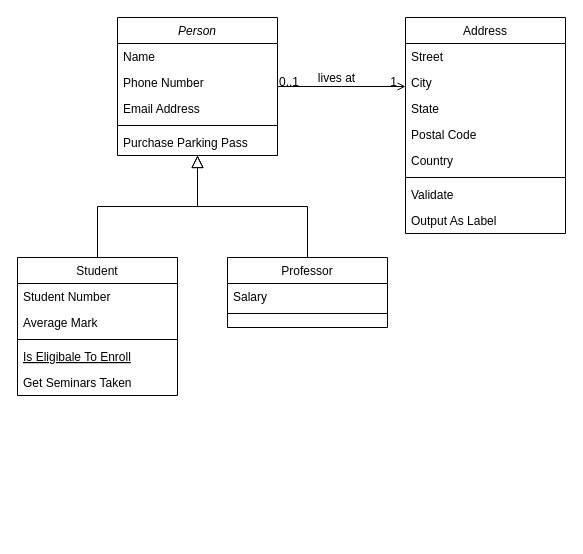
Before: Untitled Diagram.drawio in CJS2248/ProyectoPMA, a draw.io diagram. Source tidied: cells renumbered, new cells numbered last; positions are measured from the earlier drawing's top-left corner, leaving out a move shared by most shapes. Both pictures are drawn from the tidied source at 100%, with x=0, y=0 at pixel (17, 17).
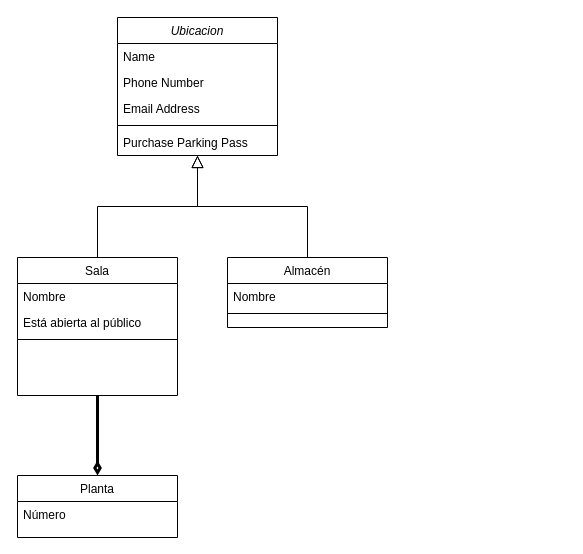
The same diagram, later.

Diff of the diagram source:
```diff
@@
-    <mxCell id="2" value="Person" style="swimlane;fontStyle=2;align=center;verticalAlign=top;horizontal=1;startSize=26;rounded=0;shadow=0;strokeWidth=1;" parent="1" vertex="1">
+    <mxCell id="2" value="Ubicacion" style="swimlane;fontStyle=2;align=center;verticalAlign=top;horizontal=1;startSize=26;rounded=0;shadow=0;strokeWidth=1;" parent="1" vertex="1">
       <mxGeometry x="100" width="160" height="138" as="geometry" />
     </mxCell>
@@
-    <mxCell id="8" value="Student" style="swimlane;fontStyle=0;align=center;verticalAlign=top;horizontal=1;startSize=26;rounded=0;shadow=0;strokeWidth=1;" parent="1" vertex="1">
+    <mxCell id="8" value="Sala" style="swimlane;fontStyle=0;align=center;verticalAlign=top;horizontal=1;startSize=26;rounded=0;shadow=0;strokeWidth=1;" parent="1" vertex="1">
       <mxGeometry y="240" width="160" height="138" as="geometry" />
     </mxCell>
-    <mxCell id="9" value="Student Number" style="text;align=left;verticalAlign=top;spacingLeft=4;spacingRight=4;overflow=hidden;" parent="8" vertex="1">
+    <mxCell id="9" value="Nombre" style="text;align=left;verticalAlign=top;spacingLeft=4;spacingRight=4;overflow=hidden;" parent="8" vertex="1">
       <mxGeometry y="26" width="160" height="26" as="geometry" />
     </mxCell>
-    <mxCell id="10" value="Average Mark" style="text;align=left;verticalAlign=top;spacingLeft=4;spacingRight=4;overflow=hidden;rounded=0;shadow=0;html=0;" parent="8" vertex="1">
+    <mxCell id="10" value="Está abierta al público" style="text;align=left;verticalAlign=top;spacingLeft=4;spacingRight=4;overflow=hidden;rounded=0;shadow=0;html=0;" parent="8" vertex="1">
       <mxGeometry y="52" width="160" height="26" as="geometry" />
     </mxCell>
@@
-    <mxCell id="12" value="Is Eligibale To Enroll" style="text;align=left;verticalAlign=top;spacingLeft=4;spacingRight=4;overflow=hidden;fontStyle=4;" parent="8" vertex="1">
-      <mxGeometry y="86" width="160" height="26" as="geometry" />
-    </mxCell>
-    <mxCell id="13" value="Get Seminars Taken" style="text;align=left;verticalAlign=top;spacingLeft=4;spacingRight=4;overflow=hidden;" parent="8" vertex="1">
-      <mxGeometry y="112" width="160" height="26" as="geometry" />
-    </mxCell>
@@
-    <mxCell id="15" value="Professor" style="swimlane;fontStyle=0;align=center;verticalAlign=top;horizontal=1;startSize=26;rounded=0;shadow=0;strokeWidth=1;" parent="1" vertex="1">
+    <mxCell id="15" value="Almacén" style="swimlane;fontStyle=0;align=center;verticalAlign=top;horizontal=1;startSize=26;rounded=0;shadow=0;strokeWidth=1;" parent="1" vertex="1">
       <mxGeometry x="210" y="240" width="160" height="70" as="geometry" />
     </mxCell>
-    <mxCell id="16" value="Salary" style="text;align=left;verticalAlign=top;spacingLeft=4;spacingRight=4;overflow=hidden;" parent="15" vertex="1">
+    <mxCell id="16" value="Nombre" style="text;align=left;verticalAlign=top;spacingLeft=4;spacingRight=4;overflow=hidden;" parent="15" vertex="1">
       <mxGeometry y="26" width="160" height="26" as="geometry" />
     </mxCell>
@@
-    <mxCell id="19" value="Address" style="swimlane;fontStyle=0;align=center;verticalAlign=top;horizontal=1;startSize=26;rounded=0;shadow=0;strokeWidth=1;" parent="1" vertex="1">
-      <mxGeometry x="388" width="160" height="216" as="geometry" />
-    </mxCell>
-    <mxCell id="20" value="Street" style="text;align=left;verticalAlign=top;spacingLeft=4;spacingRight=4;overflow=hidden;" parent="19" vertex="1">
-      <mxGeometry y="26" width="160" height="26" as="geometry" />
-    </mxCell>
-    <mxCell id="21" value="City" style="text;align=left;verticalAlign=top;spacingLeft=4;spacingRight=4;overflow=hidden;rounded=0;shadow=0;html=0;" parent="19" vertex="1">
-      <mxGeometry y="52" width="160" height="26" as="geometry" />
-    </mxCell>
-    <mxCell id="22" value="State" style="text;align=left;verticalAlign=top;spacingLeft=4;spacingRight=4;overflow=hidden;rounded=0;shadow=0;html=0;" parent="19" vertex="1">
-      <mxGeometry y="78" width="160" height="26" as="geometry" />
-    </mxCell>
-    <mxCell id="23" value="Postal Code" style="text;align=left;verticalAlign=top;spacingLeft=4;spacingRight=4;overflow=hidden;rounded=0;shadow=0;html=0;" parent="19" vertex="1">
-      <mxGeometry y="104" width="160" height="26" as="geometry" />
-    </mxCell>
-    <mxCell id="24" value="Country" style="text;align=left;verticalAlign=top;spacingLeft=4;spacingRight=4;overflow=hidden;rounded=0;shadow=0;html=0;" parent="19" vertex="1">
-      <mxGeometry y="130" width="160" height="26" as="geometry" />
-    </mxCell>
-    <mxCell id="25" style="line;html=1;strokeWidth=1;align=left;verticalAlign=middle;spacingTop=-1;spacingLeft=3;spacingRight=3;labelPosition=right;" parent="19" vertex="1">
-      <mxGeometry y="156" width="160" height="8" as="geometry" />
-    </mxCell>
-    <mxCell id="26" value="Validate" style="text;align=left;verticalAlign=top;spacingLeft=4;spacingRight=4;overflow=hidden;" parent="19" vertex="1">
-      <mxGeometry y="164" width="160" height="26" as="geometry" />
-    </mxCell>
-    <mxCell id="27" value="Output As Label" style="text;align=left;verticalAlign=top;spacingLeft=4;spacingRight=4;overflow=hidden;" parent="19" vertex="1">
-      <mxGeometry y="190" width="160" height="26" as="geometry" />
-    </mxCell>
-    <mxCell id="28" style="endArrow=open;shadow=0;strokeWidth=1;rounded=0;endFill=1;edgeStyle=elbowEdgeStyle;elbow=vertical;" parent="1" edge="1" source="2" target="19">
-      <mxGeometry x="0.5" y="41" relative="1" as="geometry">
-        <mxPoint x="-40" y="32" as="offset" />
-      </mxGeometry>
-    </mxCell>
-    <mxCell id="29" value="0..1" style="align=left;verticalAlign=bottom;labelBackgroundColor=none;fontSize=12;" parent="28" vertex="1">
-      <mxGeometry x="-1" relative="1" as="geometry">
-        <mxPoint y="4" as="offset" />
-      </mxGeometry>
-    </mxCell>
-    <mxCell id="30" value="1" style="align=right;verticalAlign=bottom;labelBackgroundColor=none;fontSize=12;" parent="28" vertex="1">
-      <mxGeometry x="1" relative="1" as="geometry">
-        <mxPoint x="-7" y="4" as="offset" />
-      </mxGeometry>
-    </mxCell>
-    <mxCell id="31" value="lives at" style="text;html=1;align=center;verticalAlign=middle;labelBackgroundColor=none;rounded=0;shadow=0;strokeWidth=1;fontSize=12;" parent="28" vertex="1">
-      <mxGeometry x="0.5" y="49" relative="1" as="geometry">
-        <mxPoint x="-38" y="40" as="offset" />
-      </mxGeometry>
-    </mxCell>
+    <mxCell id="32" value="Planta" style="swimlane;fontStyle=0;align=center;verticalAlign=top;horizontal=1;startSize=26;rounded=0;shadow=0;strokeWidth=1;" parent="1" vertex="1">
+      <mxGeometry y="458" width="160" height="62" as="geometry" />
+    </mxCell>
+    <mxCell id="33" value="Número" style="text;align=left;verticalAlign=top;spacingLeft=4;spacingRight=4;overflow=hidden;" parent="32" vertex="1">
+      <mxGeometry y="26" width="160" height="26" as="geometry" />
+    </mxCell>
+    <mxCell id="34" style="endArrow=none;html=1;strokeWidth=3;entryX=0.5;entryY=1;entryDx=0;entryDy=0;exitX=0.5;exitY=0;exitDx=0;exitDy=0;endFill=0;startArrow=diamondThin;startFill=0;endSize=6;" parent="1" edge="1" source="32" target="8">
+      <mxGeometry relative="1" as="geometry" />
+    </mxCell>
```
